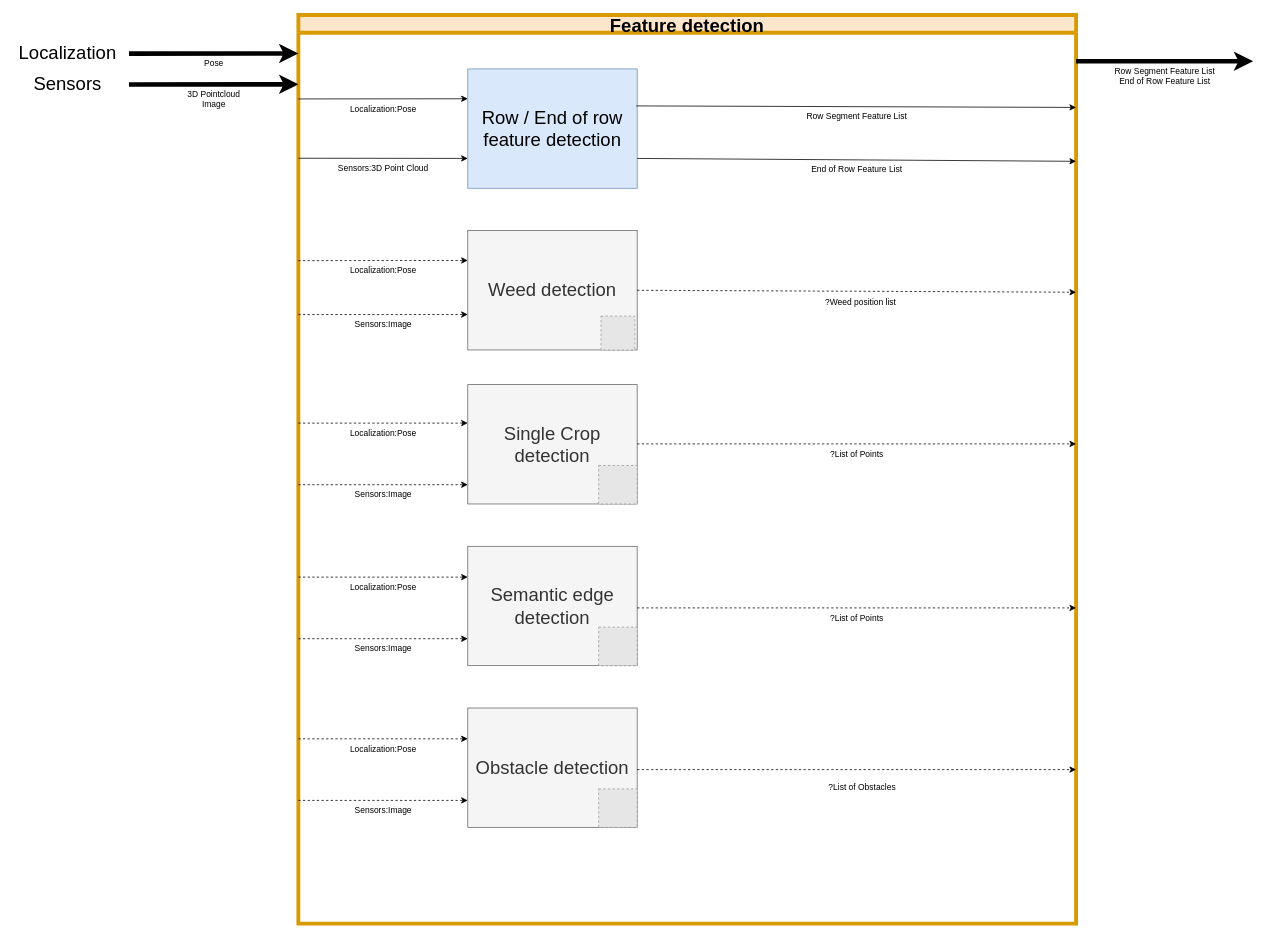
ipa-dmo/ipa_outdoor_docu keeps this draw.io diagram as page "#3 Feature detection" (11 of 14) of OutdoorNavigationStructure.drawio. Above is the earlier version. Source tidied: cells renumbered, new cells numbered last; positions are measured from the earlier drawing's top-left corner, leaving out a move shared by most shapes. Both pictures are drawn from the tidied source at 77%, with x=0, y=0 at pixel (13, 15). Pictures stored in the file or linked from it are replaced by grey dashed boxes.
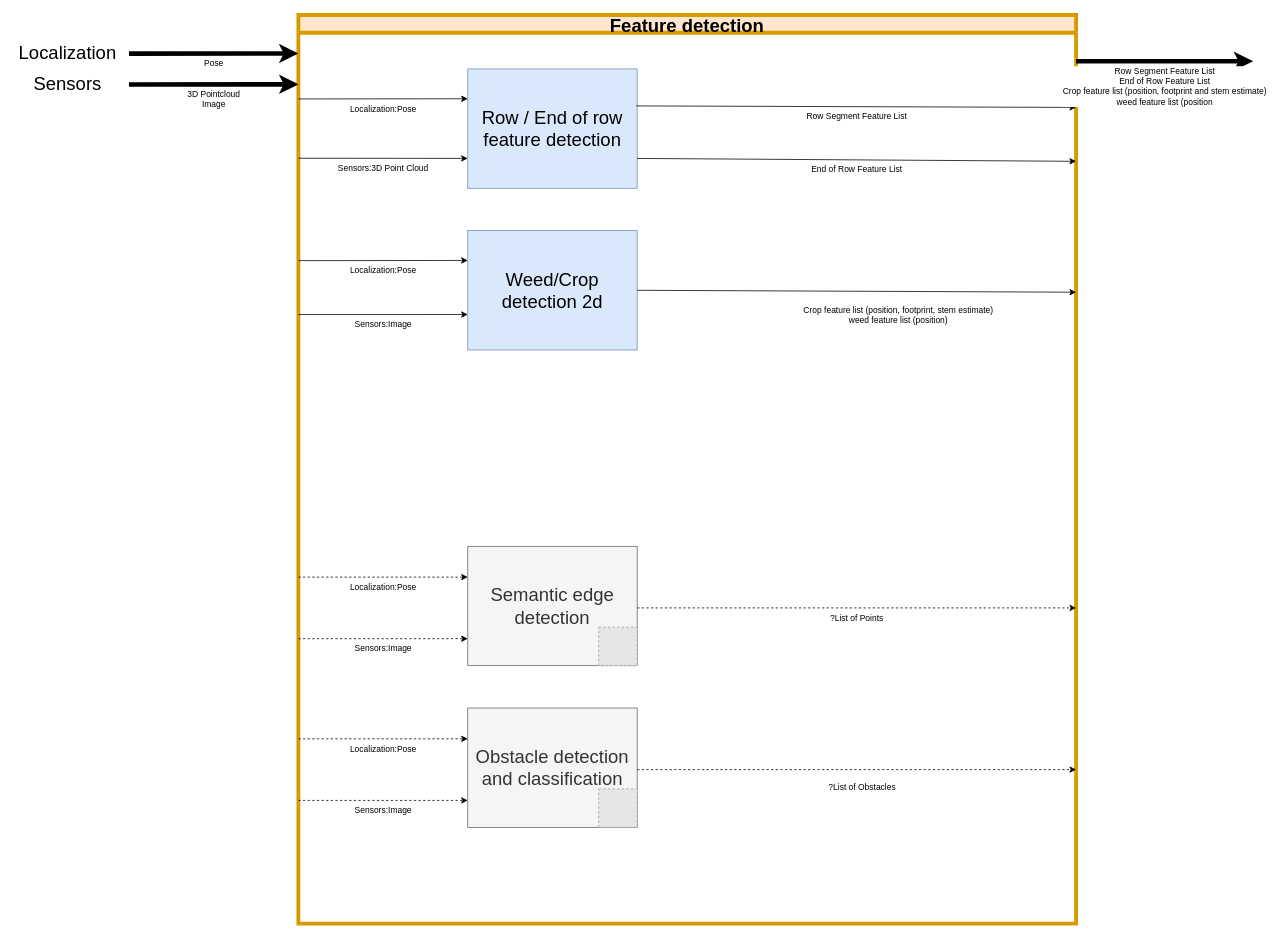
The same page after the edit.

Unchanged cells that the change refers to:
```xml
<mxCell id="2" value="Feature detection" style="swimlane;fillColor=#ffe6cc;strokeColor=#d79b00;fontSize=24;strokeWidth=5;" parent="1" vertex="1">
  <mxGeometry x="370" width="1010" height="1180" as="geometry" />
</mxCell>
```

The edit, as a diff of the source:
```diff
@@
-    <mxCell id="8" value="&lt;div&gt;&lt;font style=&quot;font-size: 24px&quot;&gt;Weed detection&lt;/font&gt;&lt;/div&gt;" style="whiteSpace=wrap;html=1;fillColor=#f5f5f5;strokeColor=#666666;fontColor=#333333;" parent="2" vertex="1">
+    <mxCell id="8" value="&lt;div&gt;&lt;font style=&quot;font-size: 24px&quot;&gt;Weed/Crop&lt;/font&gt;&lt;/div&gt;&lt;div&gt;&lt;font style=&quot;font-size: 24px&quot;&gt; detection 2d&lt;/font&gt;&lt;/div&gt;" style="whiteSpace=wrap;html=1;fillColor=#dae8fc;strokeColor=#6c8ebf;" parent="2" vertex="1">
       <mxGeometry x="220" y="280" width="220" height="155" as="geometry" />
     </mxCell>
-    <mxCell id="9" value="Localization:Pose" style="endArrow=classic;html=1;verticalAlign=top;entryX=0;entryY=0.25;entryDx=0;entryDy=0;dashed=1;" parent="2" edge="1" target="8">
+    <mxCell id="9" value="Localization:Pose" style="endArrow=classic;html=1;verticalAlign=top;entryX=0;entryY=0.25;entryDx=0;entryDy=0;" parent="2" edge="1" target="8">
       <mxGeometry relative="1" as="geometry">
         <mxPoint y="319" as="sourcePoint" />
       </mxGeometry>
     </mxCell>
-    <mxCell id="10" value="?Weed position list " style="endArrow=classic;html=1;verticalAlign=top;exitX=1;exitY=0.5;exitDx=0;exitDy=0;dashed=1;" parent="2" edge="1" source="8">
-      <mxGeometry x="0.02" y="-1" relative="1" as="geometry">
+    <mxCell id="10" value="&lt;div&gt;Crop feature list (position, footprint, stem estimate)&lt;/div&gt;&lt;div&gt;weed feature list (position)&lt;br&gt; &lt;/div&gt;" style="endArrow=classic;html=1;verticalAlign=top;exitX=1;exitY=0.5;exitDx=0;exitDy=0;" parent="2" edge="1" source="8">
+      <mxGeometry x="0.19" y="-11" relative="1" as="geometry">
         <mxPoint x="1010" y="360" as="targetPoint" />
-        <mxPoint x="-1" as="offset" />
       </mxGeometry>
     </mxCell>
-    <mxCell id="11" value="&lt;font style=&quot;font-size: 24px&quot;&gt;Single Crop detection&lt;/font&gt;" style="whiteSpace=wrap;html=1;fillColor=#f5f5f5;strokeColor=#666666;fontColor=#333333;" parent="2" vertex="1">
-      <mxGeometry x="220" y="480" width="220" height="155" as="geometry" />
-    </mxCell>
-    <mxCell id="12" value="?List of Points" style="endArrow=classic;html=1;verticalAlign=top;dashed=1;" parent="2" edge="1">
-      <mxGeometry relative="1" as="geometry">
-        <mxPoint x="440" y="557" as="sourcePoint" />
-        <mxPoint x="1010" y="557" as="targetPoint" />
-      </mxGeometry>
-    </mxCell>
@@
-    <mxCell id="14" value="&lt;font style=&quot;font-size: 24px&quot;&gt;Obstacle detection&lt;br&gt;&lt;/font&gt;" style="whiteSpace=wrap;html=1;fillColor=#f5f5f5;strokeColor=#666666;fontColor=#333333;" parent="2" vertex="1">
+    <mxCell id="14" value="&lt;font style=&quot;font-size: 24px&quot;&gt;Obstacle detection and classification&lt;br&gt;&lt;/font&gt;" style="whiteSpace=wrap;html=1;fillColor=#f5f5f5;strokeColor=#666666;fontColor=#333333;" parent="2" vertex="1">
       <mxGeometry x="220" y="900" width="220" height="155" as="geometry" />
     </mxCell>
@@
-    <mxCell id="18" value="Sensors:Image" style="endArrow=classic;html=1;verticalAlign=top;entryX=0;entryY=0.703;entryDx=0;entryDy=0;entryPerimeter=0;dashed=1;" parent="1" edge="1" target="8">
+    <mxCell id="18" value="Sensors:Image" style="endArrow=classic;html=1;verticalAlign=top;entryX=0;entryY=0.703;entryDx=0;entryDy=0;entryPerimeter=0;" parent="1" edge="1" target="8">
       <mxGeometry relative="1" as="geometry">
         <mxPoint x="370" y="389" as="sourcePoint" />
       </mxGeometry>
     </mxCell>
@@
-    <mxCell id="21" value="Sensors:Image" style="endArrow=classic;html=1;verticalAlign=top;entryX=0;entryY=0.703;entryDx=0;entryDy=0;entryPerimeter=0;dashed=1;" parent="1" edge="1">
-      <mxGeometry relative="1" as="geometry">
-        <mxPoint x="370" y="610" as="sourcePoint" />
-        <mxPoint x="590" y="610" as="targetPoint" />
-      </mxGeometry>
-    </mxCell>
-    <mxCell id="22" value="Localization:Pose" style="endArrow=classic;html=1;verticalAlign=top;entryX=0;entryY=0.703;entryDx=0;entryDy=0;entryPerimeter=0;dashed=1;" parent="1" edge="1">
-      <mxGeometry relative="1" as="geometry">
-        <mxPoint x="370" y="530" as="sourcePoint" />
-        <mxPoint x="590" y="530" as="targetPoint" />
-      </mxGeometry>
-    </mxCell>
@@
-    <mxCell id="26" value="&lt;div&gt;Row Segment Feature List&lt;/div&gt;&lt;div&gt;End of Row Feature List&lt;br&gt;&lt;/div&gt;" style="endArrow=classic;html=1;verticalAlign=top;entryX=0;entryY=0.25;entryDx=0;entryDy=0;strokeWidth=6;" parent="1" edge="1">
+    <mxCell id="26" value="&lt;div&gt;Row Segment Feature List&lt;/div&gt;&lt;div&gt;End of Row Feature List&lt;/div&gt;&lt;div&gt;&lt;div&gt;Crop feature list (position, footprint and stem estimate)&lt;/div&gt;weed feature list (position&lt;/div&gt;" style="endArrow=classic;html=1;verticalAlign=top;entryX=0;entryY=0.25;entryDx=0;entryDy=0;strokeWidth=6;" parent="1" edge="1">
       <mxGeometry relative="1" as="geometry">
         <mxPoint x="1380" y="60" as="sourcePoint" />
         <mxPoint x="1610" y="60" as="targetPoint" />
       </mxGeometry>
     </mxCell>
@@
-    <mxCell id="29" style="fillColor=#E6E6E6;strokeColor=#999999;dashed=1;html=1;verticalAlign=top;verticalLabelPosition=bottom;labelBackgroundColor=#ffffff;fontColor=#FF0000;" parent="1" vertex="1">
-      <mxGeometry x="760" y="585" width="50" height="50" as="geometry" />
-    </mxCell>
@@
-    <mxCell id="32" style="fillColor=#E6E6E6;strokeColor=#999999;dashed=1;html=1;verticalAlign=top;verticalLabelPosition=bottom;labelBackgroundColor=#ffffff;fontColor=#FF0000;" parent="1" vertex="1">
-      <mxGeometry x="763" y="391" width="44" height="44" as="geometry" />
-    </mxCell>
```
